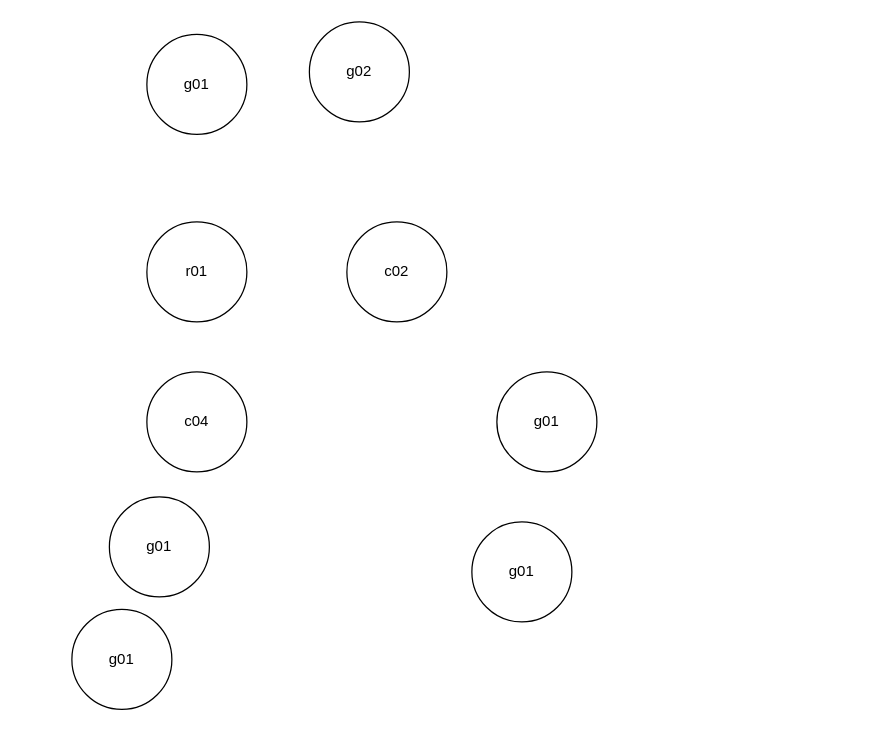
This is 泄露事故致因链路图.drawio from fangjiarong/docs, a draw.io file, before an edit. Source tidied: cells renumbered, new cells numbered last; positions are measured from the earlier drawing's top-left corner, leaving out a move shared by most shapes. Both pictures are drawn from the tidied source at 125%, with x=0, y=0 at pixel (71, 21).
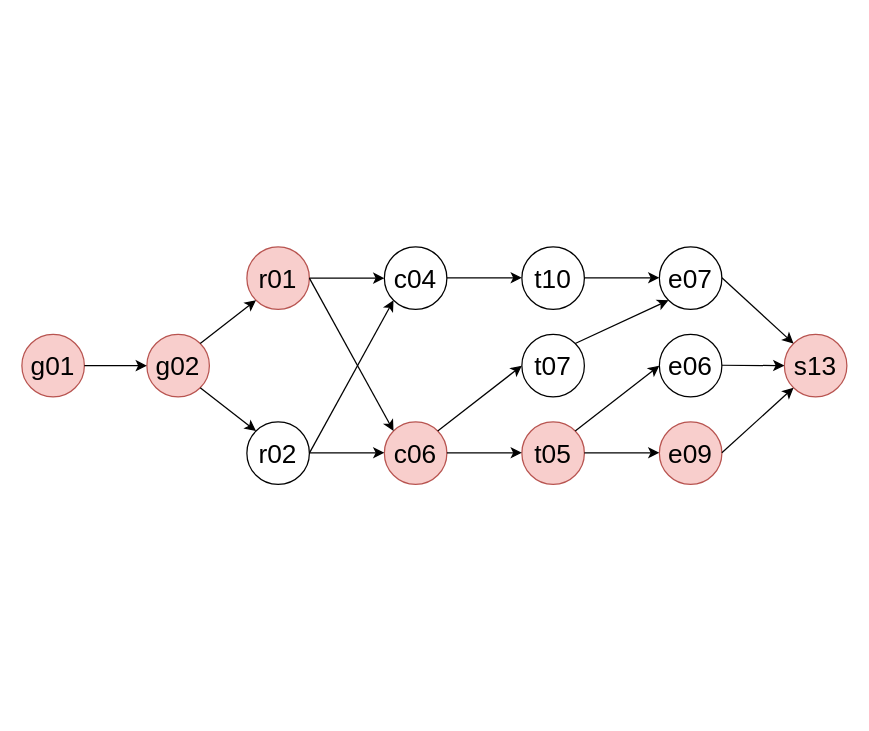
After the change.

Commit message (it also covers changes not shown here):
更新泄露事故致因链路图.drawio

The edit, as a diff of the source:
```diff
@@
-    <mxCell id="2" value="g01" style="ellipse;whiteSpace=wrap;html=1;" parent="1" vertex="1">
-      <mxGeometry x="60" y="10" width="80" height="80" as="geometry" />
+    <mxCell id="2" value="g01" style="ellipse;whiteSpace=wrap;html=1;strokeWidth=1;fontSize=21;perimeterSpacing=0;fillColor=#f8cecc;strokeColor=#b85450;" parent="1" vertex="1">
+      <mxGeometry x="-40" y="250" width="50" height="50" as="geometry" />
     </mxCell>
-    <mxCell id="3" value="g02" style="ellipse;whiteSpace=wrap;html=1;" parent="1" vertex="1">
-      <mxGeometry x="190" width="80" height="80" as="geometry" />
+    <mxCell id="3" value="g02" style="ellipse;whiteSpace=wrap;html=1;strokeWidth=1;fontSize=21;perimeterSpacing=0;fillColor=#f8cecc;strokeColor=#b85450;" parent="1" vertex="1">
+      <mxGeometry x="60" y="250" width="50" height="50" as="geometry" />
     </mxCell>
+    <mxCell id="11" style="endArrow=classic;html=1;rounded=0;exitX=1;exitY=0.5;exitDx=0;exitDy=0;entryX=0;entryY=0.5;entryDx=0;entryDy=0;" parent="1" edge="1" source="2" target="3">
+      <mxGeometry relative="1" as="geometry" />
+    </mxCell>
-    <mxCell id="4" value="r01" style="ellipse;whiteSpace=wrap;html=1;" parent="1" vertex="1">
-      <mxGeometry x="60" y="160" width="80" height="80" as="geometry" />
+    <mxCell id="4" value="r01" style="ellipse;whiteSpace=wrap;html=1;strokeWidth=1;fontSize=21;perimeterSpacing=0;fillColor=#f8cecc;strokeColor=#b85450;" parent="1" vertex="1">
+      <mxGeometry x="140" y="180" width="50" height="50" as="geometry" />
     </mxCell>
-    <mxCell id="5" value="c02" style="ellipse;whiteSpace=wrap;html=1;" parent="1" vertex="1">
-      <mxGeometry x="220" y="160" width="80" height="80" as="geometry" />
-    </mxCell>
+    <mxCell id="12" value="r02" style="ellipse;whiteSpace=wrap;html=1;strokeWidth=1;fontSize=21;perimeterSpacing=0;" parent="1" vertex="1">
+      <mxGeometry x="140" y="320" width="50" height="50" as="geometry" />
+    </mxCell>
+    <mxCell id="13" style="endArrow=classic;html=1;rounded=0;exitX=1;exitY=0;exitDx=0;exitDy=0;entryX=0;entryY=1;entryDx=0;entryDy=0;" parent="1" edge="1" source="3" target="4">
+      <mxGeometry relative="1" as="geometry" />
+    </mxCell>
+    <mxCell id="14" style="endArrow=classic;html=1;rounded=0;exitX=1;exitY=1;exitDx=0;exitDy=0;entryX=0;entryY=0;entryDx=0;entryDy=0;" parent="1" edge="1" source="3" target="12">
+      <mxGeometry relative="1" as="geometry" />
+    </mxCell>
-    <mxCell id="6" value="c04" style="ellipse;whiteSpace=wrap;html=1;" parent="1" vertex="1">
-      <mxGeometry x="60" y="280" width="80" height="80" as="geometry" />
+    <mxCell id="6" value="c04" style="ellipse;whiteSpace=wrap;html=1;strokeWidth=1;fontSize=21;perimeterSpacing=0;" parent="1" vertex="1">
+      <mxGeometry x="250" y="180" width="50" height="50" as="geometry" />
     </mxCell>
-    <mxCell id="7" value="g01" style="ellipse;whiteSpace=wrap;html=1;" parent="1" vertex="1">
-      <mxGeometry x="340" y="280" width="80" height="80" as="geometry" />
-    </mxCell>
-    <mxCell id="8" value="g01" style="ellipse;whiteSpace=wrap;html=1;" parent="1" vertex="1">
-      <mxGeometry x="30" y="380" width="80" height="80" as="geometry" />
-    </mxCell>
-    <mxCell id="9" value="g01" style="ellipse;whiteSpace=wrap;html=1;" parent="1" vertex="1">
-      <mxGeometry x="320" y="400" width="80" height="80" as="geometry" />
-    </mxCell>
-    <mxCell id="10" value="g01" style="ellipse;whiteSpace=wrap;html=1;" parent="1" vertex="1">
-      <mxGeometry y="470" width="80" height="80" as="geometry" />
-    </mxCell>
+    <mxCell id="15" value="c06" style="ellipse;whiteSpace=wrap;html=1;strokeWidth=1;fontSize=21;perimeterSpacing=0;fillColor=#f8cecc;strokeColor=#b85450;" parent="1" vertex="1">
+      <mxGeometry x="250" y="320" width="50" height="50" as="geometry" />
+    </mxCell>
+    <mxCell id="16" style="endArrow=classic;html=1;rounded=0;exitX=1;exitY=0.5;exitDx=0;exitDy=0;entryX=0;entryY=0.5;entryDx=0;entryDy=0;" parent="1" edge="1" source="4" target="6">
+      <mxGeometry relative="1" as="geometry" />
+    </mxCell>
+    <mxCell id="17" style="endArrow=classic;html=1;rounded=0;exitX=1;exitY=0.5;exitDx=0;exitDy=0;entryX=0;entryY=0;entryDx=0;entryDy=0;" parent="1" edge="1" source="4" target="15">
+      <mxGeometry relative="1" as="geometry" />
+    </mxCell>
+    <mxCell id="18" style="endArrow=classic;html=1;rounded=0;exitX=1;exitY=0.5;exitDx=0;exitDy=0;entryX=0;entryY=0.5;entryDx=0;entryDy=0;" parent="1" edge="1">
+      <mxGeometry relative="1" as="geometry">
+        <mxPoint x="190" y="344.7" as="sourcePoint" />
+        <mxPoint x="250" y="344.7" as="targetPoint" />
+      </mxGeometry>
+    </mxCell>
+    <mxCell id="19" style="endArrow=classic;html=1;rounded=0;exitX=1;exitY=0.5;exitDx=0;exitDy=0;entryX=0;entryY=1;entryDx=0;entryDy=0;" parent="1" edge="1" source="12" target="6">
+      <mxGeometry relative="1" as="geometry" />
+    </mxCell>
+    <mxCell id="20" value="t10" style="ellipse;whiteSpace=wrap;html=1;strokeWidth=1;fontSize=21;perimeterSpacing=0;" parent="1" vertex="1">
+      <mxGeometry x="360" y="180" width="50" height="50" as="geometry" />
+    </mxCell>
+    <mxCell id="21" style="endArrow=classic;html=1;rounded=0;exitX=1;exitY=0.5;exitDx=0;exitDy=0;entryX=0;entryY=0.5;entryDx=0;entryDy=0;" parent="1" edge="1">
+      <mxGeometry relative="1" as="geometry">
+        <mxPoint x="300" y="204.7" as="sourcePoint" />
+        <mxPoint x="360" y="204.7" as="targetPoint" />
+      </mxGeometry>
+    </mxCell>
+    <mxCell id="22" value="e07" style="ellipse;whiteSpace=wrap;html=1;strokeWidth=1;fontSize=21;perimeterSpacing=0;" parent="1" vertex="1">
+      <mxGeometry x="470" y="180" width="50" height="50" as="geometry" />
+    </mxCell>
+    <mxCell id="23" style="endArrow=classic;html=1;rounded=0;exitX=1;exitY=0.5;exitDx=0;exitDy=0;entryX=0;entryY=0.5;entryDx=0;entryDy=0;" parent="1" edge="1">
+      <mxGeometry relative="1" as="geometry">
+        <mxPoint x="410" y="204.7" as="sourcePoint" />
+        <mxPoint x="470" y="204.7" as="targetPoint" />
+      </mxGeometry>
+    </mxCell>
+    <mxCell id="24" value="s13" style="ellipse;whiteSpace=wrap;html=1;strokeWidth=1;fontSize=21;perimeterSpacing=0;fillColor=#f8cecc;strokeColor=#b85450;" parent="1" vertex="1">
+      <mxGeometry x="570" y="250" width="50" height="50" as="geometry" />
+    </mxCell>
+    <mxCell id="25" style="endArrow=classic;html=1;rounded=0;exitX=1;exitY=0.5;exitDx=0;exitDy=0;entryX=0;entryY=0;entryDx=0;entryDy=0;" parent="1" edge="1" target="24">
+      <mxGeometry relative="1" as="geometry">
+        <mxPoint x="520" y="204.7" as="sourcePoint" />
+      </mxGeometry>
+    </mxCell>
+    <mxCell id="26" value="t05" style="ellipse;whiteSpace=wrap;html=1;strokeWidth=1;fontSize=21;perimeterSpacing=0;fillColor=#f8cecc;strokeColor=#b85450;" parent="1" vertex="1">
+      <mxGeometry x="360" y="320" width="50" height="50" as="geometry" />
+    </mxCell>
+    <mxCell id="27" style="endArrow=classic;html=1;rounded=0;exitX=1;exitY=0.5;exitDx=0;exitDy=0;entryX=0;entryY=0.5;entryDx=0;entryDy=0;" parent="1" edge="1">
+      <mxGeometry relative="1" as="geometry">
+        <mxPoint x="300" y="344.7" as="sourcePoint" />
+        <mxPoint x="360" y="344.7" as="targetPoint" />
+      </mxGeometry>
+    </mxCell>
+    <mxCell id="28" value="e09" style="ellipse;whiteSpace=wrap;html=1;strokeWidth=1;fontSize=21;perimeterSpacing=0;fillColor=#f8cecc;strokeColor=#b85450;" parent="1" vertex="1">
+      <mxGeometry x="470" y="320" width="50" height="50" as="geometry" />
+    </mxCell>
+    <mxCell id="29" style="endArrow=classic;html=1;rounded=0;exitX=1;exitY=0.5;exitDx=0;exitDy=0;entryX=0;entryY=0.5;entryDx=0;entryDy=0;" parent="1" edge="1">
+      <mxGeometry relative="1" as="geometry">
+        <mxPoint x="410" y="344.7" as="sourcePoint" />
+        <mxPoint x="470" y="344.7" as="targetPoint" />
+      </mxGeometry>
+    </mxCell>
+    <mxCell id="30" style="endArrow=classic;html=1;rounded=0;exitX=1;exitY=0.5;exitDx=0;exitDy=0;entryX=0;entryY=1;entryDx=0;entryDy=0;" parent="1" edge="1" target="24">
+      <mxGeometry relative="1" as="geometry">
+        <mxPoint x="520" y="344.7" as="sourcePoint" />
+      </mxGeometry>
+    </mxCell>
+    <mxCell id="31" value="e06" style="ellipse;whiteSpace=wrap;html=1;strokeWidth=1;fontSize=21;perimeterSpacing=0;" parent="1" vertex="1">
+      <mxGeometry x="470" y="250" width="50" height="50" as="geometry" />
+    </mxCell>
+    <mxCell id="32" style="endArrow=classic;html=1;rounded=0;entryX=0;entryY=0.5;entryDx=0;entryDy=0;exitX=1;exitY=0;exitDx=0;exitDy=0;" parent="1" edge="1" source="26" target="31">
+      <mxGeometry relative="1" as="geometry" />
+    </mxCell>
+    <mxCell id="33" style="endArrow=classic;html=1;rounded=0;exitX=1;exitY=0.5;exitDx=0;exitDy=0;" parent="1" edge="1">
+      <mxGeometry relative="1" as="geometry">
+        <mxPoint x="520" y="274.7" as="sourcePoint" />
+        <mxPoint x="570" y="275" as="targetPoint" />
+      </mxGeometry>
+    </mxCell>
+    <mxCell id="34" value="t07" style="ellipse;whiteSpace=wrap;html=1;strokeWidth=1;fontSize=21;perimeterSpacing=0;" parent="1" vertex="1">
+      <mxGeometry x="360" y="250" width="50" height="50" as="geometry" />
+    </mxCell>
+    <mxCell id="35" style="endArrow=classic;html=1;rounded=0;exitX=1;exitY=0;exitDx=0;exitDy=0;entryX=0;entryY=0.5;entryDx=0;entryDy=0;" parent="1" edge="1" source="15" target="34">
+      <mxGeometry relative="1" as="geometry" />
+    </mxCell>
+    <mxCell id="36" style="endArrow=classic;html=1;rounded=0;exitX=1;exitY=0;exitDx=0;exitDy=0;entryX=0;entryY=1;entryDx=0;entryDy=0;" parent="1" edge="1" source="34" target="22">
+      <mxGeometry relative="1" as="geometry" />
+    </mxCell>
```
